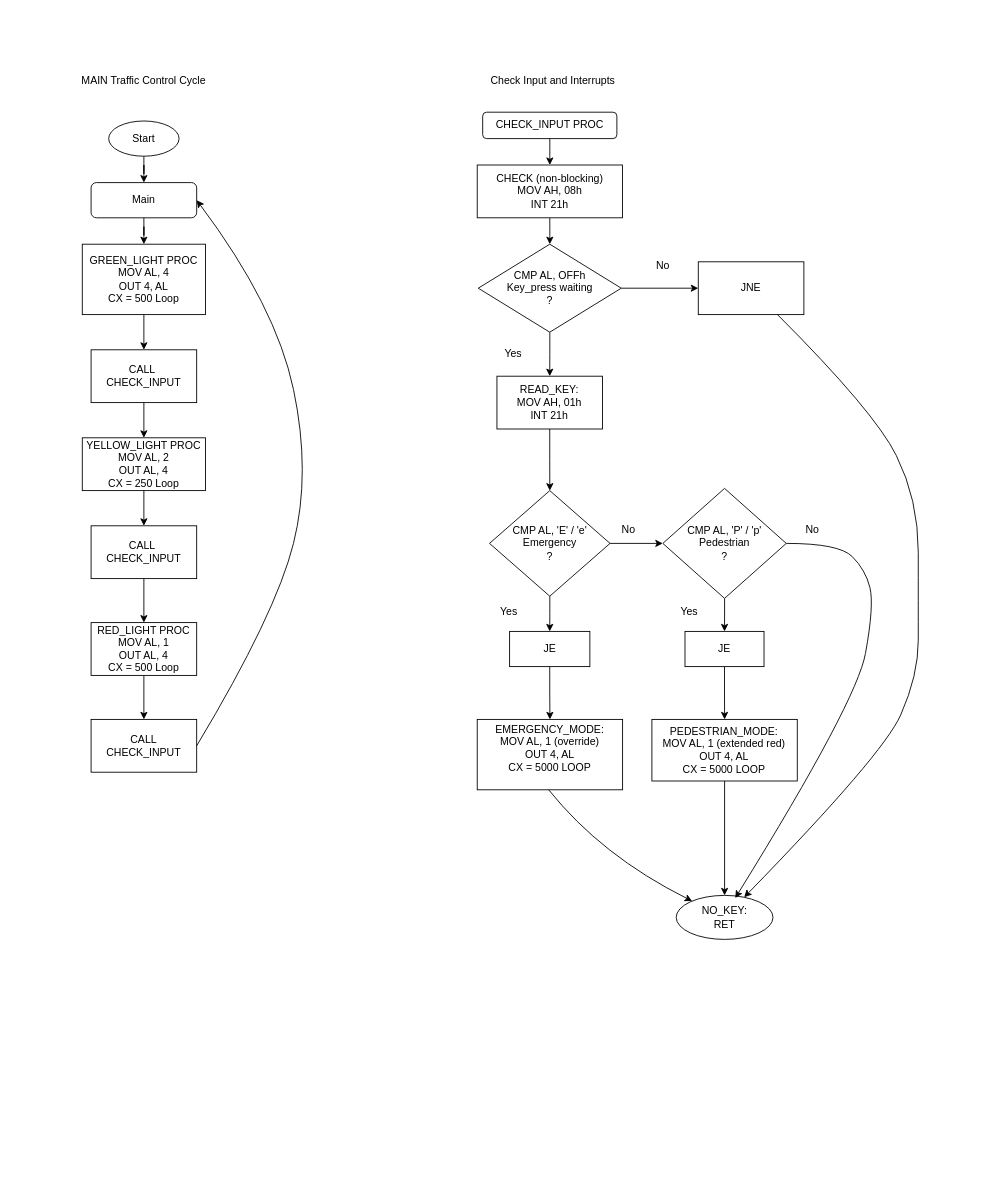
Before: Milestone2FlowChart.drawio in Rhooba/Rhooti-Project, a draw.io diagram. Source tidied: cells renumbered, new cells numbered last; positions are measured from the earlier drawing's top-left corner, leaving out a move shared by most shapes. Both pictures are drawn from the tidied source at 88%, with x=0, y=0 at pixel (64, 68).
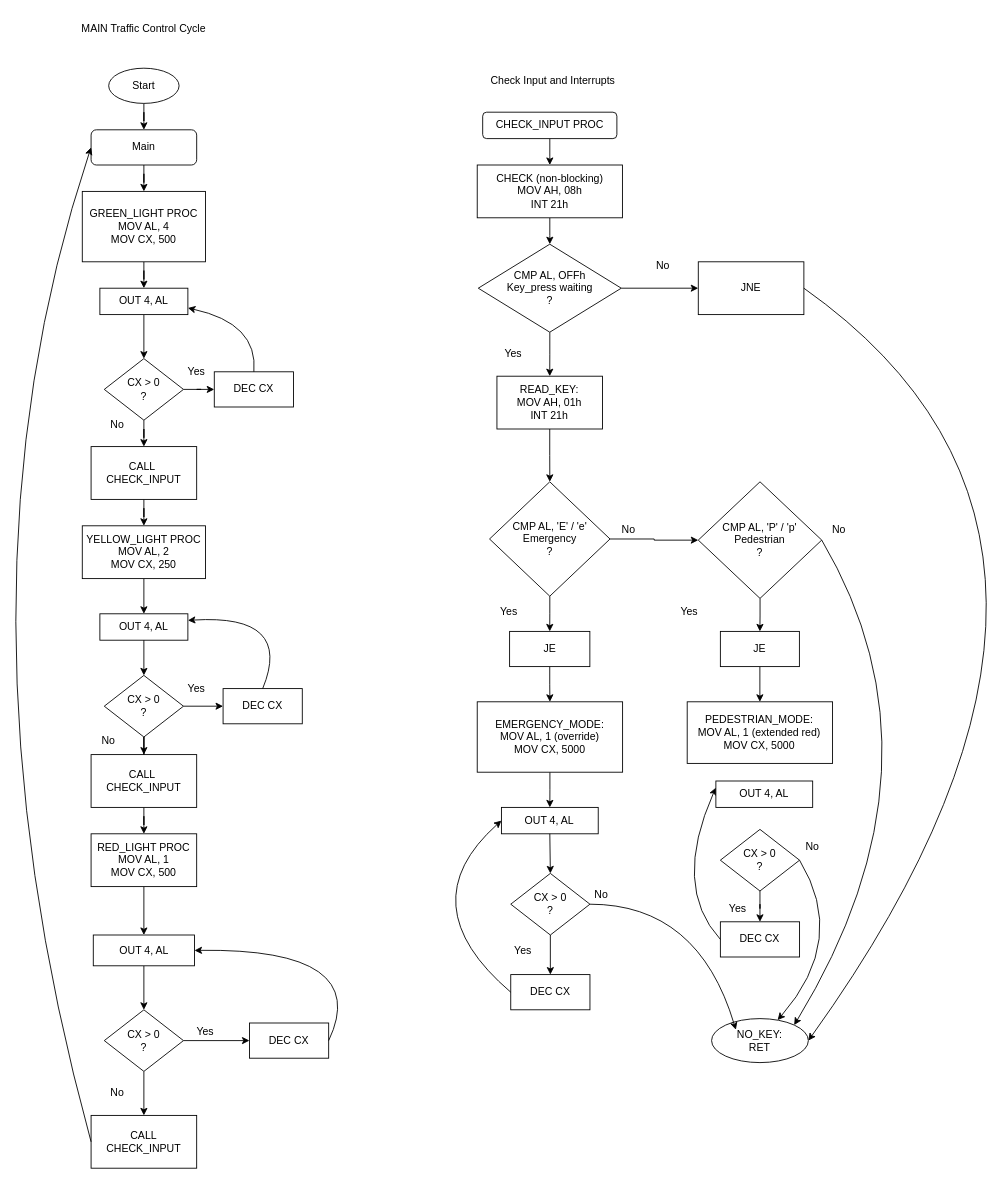
Above is the later version.

The change refers to these unchanged cells:
```xml
<mxCell id="30" value="JNE" style="rounded=0;whiteSpace=wrap;html=1;" parent="1" vertex="1">
  <mxGeometry x="720" y="220" width="120" height="60" as="geometry" />
</mxCell>
```

What changed in the source:
```diff
@@
     <mxCell id="3" value="Main" style="rounded=1;whiteSpace=wrap;html=1;fontSize=12;glass=0;strokeWidth=1;shadow=0;labelBackgroundColor=none;strokeColor=light-dark(#000000,#FFFFFF);" parent="1" vertex="1">
-      <mxGeometry x="30" y="130" width="120" height="40" as="geometry" />
+      <mxGeometry x="30" y="70" width="120" height="40" as="geometry" />
     </mxCell>
-    <mxCell id="4" style="edgeStyle=orthogonalEdgeStyle;rounded=0;jettySize=auto;html=1;" parent="1" edge="1" source="5" target="7">
-      <mxGeometry relative="1" as="geometry" />
-    </mxCell>
+    <mxCell id="52" style="edgeStyle=orthogonalEdgeStyle;rounded=0;jettySize=auto;html=1;" parent="1" edge="1" source="5" target="90">
+      <mxGeometry relative="1" as="geometry" />
+    </mxCell>
-    <mxCell id="5" value="GREEN_LIGHT PROC&lt;div&gt;MOV AL, 4&lt;/div&gt;&lt;div&gt;OUT 4, AL&lt;/div&gt;&lt;div&gt;CX = 500 Loop&lt;/div&gt;" style="rounded=0;whiteSpace=wrap;html=1;labelBackgroundColor=none;" parent="1" vertex="1">
-      <mxGeometry x="20" y="200" width="140" height="80" as="geometry" />
+    <mxCell id="5" value="GREEN_LIGHT PROC&lt;div&gt;MOV AL, 4&lt;/div&gt;&lt;div&gt;MOV CX, 500&lt;/div&gt;" style="rounded=0;whiteSpace=wrap;html=1;labelBackgroundColor=none;" parent="1" vertex="1">
+      <mxGeometry x="20" y="140" width="140" height="80" as="geometry" />
     </mxCell>
@@
     <mxCell id="7" value="CALL&amp;nbsp;&lt;div&gt;CHECK_INPUT&lt;/div&gt;" style="rounded=0;whiteSpace=wrap;html=1;labelBackgroundColor=none;" parent="1" vertex="1">
-      <mxGeometry x="30" y="320" width="120" height="60" as="geometry" />
+      <mxGeometry x="30" y="430" width="120" height="60" as="geometry" />
     </mxCell>
-    <mxCell id="8" style="edgeStyle=orthogonalEdgeStyle;rounded=0;jettySize=auto;html=1;" parent="1" edge="1" source="9" target="11">
-      <mxGeometry relative="1" as="geometry" />
-    </mxCell>
+    <mxCell id="53" style="edgeStyle=orthogonalEdgeStyle;rounded=0;jettySize=auto;html=1;" parent="1" edge="1" source="9" target="91">
+      <mxGeometry relative="1" as="geometry" />
+    </mxCell>
-    <mxCell id="9" value="YELLOW_LIGHT PROC&lt;div&gt;MOV AL, 2&lt;/div&gt;&lt;div&gt;OUT AL, 4&lt;/div&gt;&lt;div&gt;CX = 250 Loop&lt;/div&gt;" style="rounded=0;whiteSpace=wrap;html=1;labelBackgroundColor=none;" parent="1" vertex="1">
-      <mxGeometry x="20" y="420" width="140" height="60" as="geometry" />
+    <mxCell id="9" value="YELLOW_LIGHT PROC&lt;div&gt;MOV AL, 2&lt;/div&gt;&lt;div&gt;MOV CX, 250&lt;/div&gt;" style="rounded=0;whiteSpace=wrap;html=1;labelBackgroundColor=none;" parent="1" vertex="1">
+      <mxGeometry x="20" y="520" width="140" height="60" as="geometry" />
     </mxCell>
@@
     <mxCell id="11" value="CALL&amp;nbsp;&lt;div&gt;CHECK_INPUT&lt;/div&gt;" style="rounded=0;whiteSpace=wrap;html=1;labelBackgroundColor=none;" parent="1" vertex="1">
-      <mxGeometry x="30" y="520" width="120" height="60" as="geometry" />
+      <mxGeometry x="30" y="780" width="120" height="60" as="geometry" />
     </mxCell>
-    <mxCell id="12" style="edgeStyle=orthogonalEdgeStyle;rounded=0;jettySize=auto;html=1;" parent="1" edge="1" source="13" target="14">
-      <mxGeometry relative="1" as="geometry" />
-    </mxCell>
+    <mxCell id="54" style="edgeStyle=orthogonalEdgeStyle;rounded=0;jettySize=auto;html=1;" parent="1" edge="1" source="13" target="96">
+      <mxGeometry relative="1" as="geometry" />
+    </mxCell>
-    <mxCell id="13" value="RED_LIGHT PROC&lt;div&gt;MOV AL, 1&lt;/div&gt;&lt;div&gt;OUT AL, 4&lt;/div&gt;&lt;div&gt;CX = 500 Loop&lt;/div&gt;" style="rounded=0;whiteSpace=wrap;html=1;" parent="1" vertex="1">
-      <mxGeometry x="30" y="630" width="120" height="60" as="geometry" />
+    <mxCell id="13" value="RED_LIGHT PROC&lt;div&gt;MOV AL, 1&lt;/div&gt;&lt;div&gt;MOV CX, 500&lt;/div&gt;" style="rounded=0;whiteSpace=wrap;html=1;" parent="1" vertex="1">
+      <mxGeometry x="30" y="870" width="120" height="60" as="geometry" />
     </mxCell>
     <mxCell id="14" value="CALL&lt;div&gt;CHECK_INPUT&lt;/div&gt;" style="rounded=0;whiteSpace=wrap;html=1;strokeColor=light-dark(#000000,#67AB9F);" parent="1" vertex="1">
-      <mxGeometry x="30" y="740" width="120" height="60" as="geometry" />
+      <mxGeometry x="30" y="1190" width="120" height="60" as="geometry" />
     </mxCell>
-    <mxCell id="15" style="endArrow=classic;html=1;rounded=0;curved=1;entryX=1;entryY=0.5;entryDx=0;entryDy=0;" parent="1" edge="1" target="3">
-      <mxGeometry relative="1" as="geometry">
-        <mxPoint x="150" y="770" as="sourcePoint" />
-        <Array as="points">
-          <mxPoint x="240" y="620" />
-          <mxPoint x="280" y="460" />
-          <mxPoint x="240" y="270" />
-        </Array>
-      </mxGeometry>
-    </mxCell>
     <mxCell id="16" value="MAIN Traffic Control Cycle" style="text;html=1;whiteSpace=wrap;strokeColor=light-dark(transparent,#4C0099);fillColor=none;align=center;verticalAlign=middle;rounded=0;" parent="1" vertex="1">
-      <mxGeometry width="180" height="30" as="geometry" />
+      <mxGeometry y="-60" width="180" height="30" as="geometry" />
     </mxCell>
@@
     <mxCell id="18" value="Start" style="ellipse;whiteSpace=wrap;html=1;strokeColor=light-dark(#000000,#FF33FF);" parent="1" vertex="1">
-      <mxGeometry x="50" y="60" width="80" height="40" as="geometry" />
+      <mxGeometry x="50" width="80" height="40" as="geometry" />
     </mxCell>
@@
     <mxCell id="32" value="NO_KEY:&lt;div&gt;RET&lt;/div&gt;" style="ellipse;whiteSpace=wrap;html=1;strokeColor=light-dark(#000000,#FF33FF);" parent="1" vertex="1">
-      <mxGeometry x="694.9" y="940" width="110" height="50" as="geometry" />
+      <mxGeometry x="735.1" y="1080" width="110" height="50" as="geometry" />
     </mxCell>
-    <mxCell id="33" style="endArrow=classic;html=1;rounded=0;curved=1;" parent="1" edge="1" target="32">
-      <mxGeometry relative="1" as="geometry">
-        <mxPoint x="810" y="280" as="sourcePoint" />
-        <Array as="points">
-          <mxPoint x="920" y="390" />
-          <mxPoint x="970" y="490" />
-          <mxPoint x="970" y="610" />
-          <mxPoint x="970" y="690" />
-          <mxPoint x="930" y="780" />
-        </Array>
-      </mxGeometry>
-    </mxCell>
@@
     <mxCell id="36" value="CMP AL, 'E' / 'e'&lt;div&gt;Emergency&lt;/div&gt;&lt;div&gt;?&lt;/div&gt;" style="rhombus;whiteSpace=wrap;html=1;" parent="1" vertex="1">
-      <mxGeometry x="482.8" y="480" width="136.9" height="120" as="geometry" />
+      <mxGeometry x="482.8" y="470" width="136.9" height="130" as="geometry" />
     </mxCell>
@@
+    <mxCell id="55" style="edgeStyle=orthogonalEdgeStyle;rounded=0;jettySize=auto;html=1;" parent="1" edge="1" source="40" target="98">
+      <mxGeometry relative="1" as="geometry" />
+    </mxCell>
-    <mxCell id="40" value="EMERGENCY_MODE:&lt;div&gt;MOV AL, 1 (override)&lt;/div&gt;&lt;div&gt;OUT 4, AL&lt;/div&gt;&lt;div&gt;CX = 5000 LOOP&lt;/div&gt;&lt;div&gt;&lt;br&gt;&lt;/div&gt;" style="rounded=0;whiteSpace=wrap;html=1;" parent="1" vertex="1">
-      <mxGeometry x="468.8" y="740" width="165.2" height="80" as="geometry" />
+    <mxCell id="40" value="EMERGENCY_MODE:&lt;div&gt;MOV AL, 1 (override)&lt;/div&gt;&lt;div&gt;MOV CX, 5000&lt;/div&gt;" style="rounded=0;whiteSpace=wrap;html=1;" parent="1" vertex="1">
+      <mxGeometry x="468.8" y="720" width="165.2" height="80" as="geometry" />
     </mxCell>
-    <mxCell id="41" style="endArrow=classic;html=1;rounded=0;curved=1;" parent="1" edge="1" target="32">
-      <mxGeometry relative="1" as="geometry">
-        <mxPoint x="550" y="820" as="sourcePoint" />
-        <Array as="points">
-          <mxPoint x="610" y="895" />
-        </Array>
-      </mxGeometry>
-    </mxCell>
@@
     <mxCell id="44" value="CMP AL, 'P' / 'p'&lt;div&gt;Pedestrian&lt;/div&gt;&lt;div&gt;?&lt;/div&gt;" style="rhombus;whiteSpace=wrap;html=1;" parent="1" vertex="1">
-      <mxGeometry x="679.7" y="477.5" width="140.3" height="125" as="geometry" />
+      <mxGeometry x="720" y="470" width="140.3" height="132.5" as="geometry" />
     </mxCell>
-    <mxCell id="45" style="endArrow=classic;html=1;rounded=0;curved=1;entryX=0.61;entryY=0.06;entryDx=0;entryDy=0;entryPerimeter=0;exitX=1;exitY=0.5;exitDx=0;exitDy=0;" parent="1" edge="1" source="44" target="32">
-      <mxGeometry relative="1" as="geometry">
-        <Array as="points">
-          <mxPoint x="880" y="540" />
-          <mxPoint x="910" y="570" />
-          <mxPoint x="920" y="610" />
-          <mxPoint x="900" y="720" />
-        </Array>
-      </mxGeometry>
-    </mxCell>
     <mxCell id="46" value="No" style="text;html=1;whiteSpace=wrap;strokeColor=none;fillColor=none;align=center;verticalAlign=middle;rounded=0;" parent="1" vertex="1">
-      <mxGeometry x="820" y="510" width="60" height="30" as="geometry" />
+      <mxGeometry x="850" y="510" width="60" height="30" as="geometry" />
     </mxCell>
@@
     <mxCell id="48" value="JE" style="rounded=0;whiteSpace=wrap;html=1;" parent="1" vertex="1">
-      <mxGeometry x="704.9" y="640" width="89.8" height="40" as="geometry" />
+      <mxGeometry x="745.1" y="640" width="89.8" height="40" as="geometry" />
     </mxCell>
@@
-    <mxCell id="50" style="edgeStyle=orthogonalEdgeStyle;rounded=0;jettySize=auto;html=1;" parent="1" edge="1" source="51" target="32">
-      <mxGeometry relative="1" as="geometry" />
-    </mxCell>
-    <mxCell id="51" value="PEDESTRIAN_MODE:&lt;div&gt;MOV AL, 1 (extended red)&lt;/div&gt;&lt;div&gt;OUT 4, AL&lt;/div&gt;&lt;div&gt;CX = 5000 LOOP&lt;/div&gt;" style="rounded=0;whiteSpace=wrap;html=1;" parent="1" vertex="1">
-      <mxGeometry x="667.3" y="740" width="165.2" height="70" as="geometry" />
+    <mxCell id="51" value="PEDESTRIAN_MODE:&lt;div&gt;MOV AL, 1 (extended red)&lt;/div&gt;&lt;div&gt;MOV CX, 5000&lt;/div&gt;" style="rounded=0;whiteSpace=wrap;html=1;" parent="1" vertex="1">
+      <mxGeometry x="707.4" y="720" width="165.2" height="70" as="geometry" />
     </mxCell>
+    <mxCell id="56" style="edgeStyle=orthogonalEdgeStyle;rounded=0;jettySize=auto;html=1;" parent="1" edge="1" source="58" target="7">
+      <mxGeometry relative="1" as="geometry" />
+    </mxCell>
+    <mxCell id="57" style="edgeStyle=orthogonalEdgeStyle;rounded=0;jettySize=auto;html=1;" parent="1" edge="1" source="58" target="60">
+      <mxGeometry relative="1" as="geometry" />
+    </mxCell>
+    <mxCell id="58" value="CX &amp;gt; 0&lt;div&gt;?&lt;/div&gt;" style="rhombus;whiteSpace=wrap;html=1;" parent="1" vertex="1">
+      <mxGeometry x="45" y="330" width="90" height="70" as="geometry" />
+    </mxCell>
+    <mxCell id="59" value="No" style="text;html=1;whiteSpace=wrap;strokeColor=none;fillColor=none;align=center;verticalAlign=middle;rounded=0;" parent="1" vertex="1">
+      <mxGeometry x="30" y="390" width="60" height="30" as="geometry" />
+    </mxCell>
+    <mxCell id="60" value="DEC CX" style="rounded=0;whiteSpace=wrap;html=1;" parent="1" vertex="1">
+      <mxGeometry x="170" y="345" width="90" height="40" as="geometry" />
+    </mxCell>
+    <mxCell id="61" value="Yes" style="text;html=1;whiteSpace=wrap;strokeColor=none;fillColor=none;align=center;verticalAlign=middle;rounded=0;" parent="1" vertex="1">
+      <mxGeometry x="120" y="330" width="60" height="30" as="geometry" />
+    </mxCell>
+    <mxCell id="62" style="edgeStyle=orthogonalEdgeStyle;rounded=0;jettySize=auto;html=1;" parent="1" edge="1" source="63" target="11">
+      <mxGeometry relative="1" as="geometry" />
+    </mxCell>
+    <mxCell id="63" value="CX &amp;gt; 0&lt;div&gt;?&lt;/div&gt;" style="rhombus;whiteSpace=wrap;html=1;" parent="1" vertex="1">
+      <mxGeometry x="45" y="690" width="90" height="70" as="geometry" />
+    </mxCell>
+    <mxCell id="64" value="No" style="text;html=1;whiteSpace=wrap;strokeColor=none;fillColor=none;align=center;verticalAlign=middle;rounded=0;" parent="1" vertex="1">
+      <mxGeometry x="20" y="750" width="60" height="30" as="geometry" />
+    </mxCell>
+    <mxCell id="65" value="DEC CX" style="rounded=0;whiteSpace=wrap;html=1;" parent="1" vertex="1">
+      <mxGeometry x="180" y="705" width="90" height="40" as="geometry" />
+    </mxCell>
+    <mxCell id="66" value="Yes" style="text;html=1;whiteSpace=wrap;strokeColor=none;fillColor=none;align=center;verticalAlign=middle;rounded=0;" parent="1" vertex="1">
+      <mxGeometry x="120" y="690" width="60" height="30" as="geometry" />
+    </mxCell>
+    <mxCell id="67" style="edgeStyle=orthogonalEdgeStyle;rounded=0;jettySize=auto;html=1;" parent="1" edge="1" source="69" target="14">
+      <mxGeometry relative="1" as="geometry" />
+    </mxCell>
+    <mxCell id="68" style="edgeStyle=orthogonalEdgeStyle;rounded=0;jettySize=auto;html=1;" parent="1" edge="1" source="69" target="71">
+      <mxGeometry relative="1" as="geometry" />
+    </mxCell>
+    <mxCell id="69" value="CX &amp;gt; 0&lt;div&gt;?&lt;/div&gt;" style="rhombus;whiteSpace=wrap;html=1;" parent="1" vertex="1">
+      <mxGeometry x="45" y="1070" width="90" height="70" as="geometry" />
+    </mxCell>
+    <mxCell id="70" value="No" style="text;html=1;whiteSpace=wrap;strokeColor=none;fillColor=none;align=center;verticalAlign=middle;rounded=0;" parent="1" vertex="1">
+      <mxGeometry x="30" y="1150" width="60" height="30" as="geometry" />
+    </mxCell>
+    <mxCell id="71" value="DEC CX" style="rounded=0;whiteSpace=wrap;html=1;" parent="1" vertex="1">
+      <mxGeometry x="210" y="1085" width="90" height="40" as="geometry" />
+    </mxCell>
+    <mxCell id="72" value="Yes" style="text;html=1;whiteSpace=wrap;strokeColor=none;fillColor=none;align=center;verticalAlign=middle;rounded=0;" parent="1" vertex="1">
+      <mxGeometry x="130" y="1080" width="60" height="30" as="geometry" />
+    </mxCell>
+    <mxCell id="73" style="endArrow=classic;html=1;rounded=0;curved=1;entryX=1;entryY=0.75;entryDx=0;entryDy=0;exitX=0.5;exitY=0;exitDx=0;exitDy=0;" parent="1" edge="1" source="60" target="90">
+      <mxGeometry relative="1" as="geometry">
+        <Array as="points">
+          <mxPoint x="220" y="290" />
+        </Array>
+      </mxGeometry>
+    </mxCell>
+    <mxCell id="74" style="edgeStyle=orthogonalEdgeStyle;rounded=0;jettySize=auto;html=1;" parent="1" edge="1" source="75" target="76">
+      <mxGeometry relative="1" as="geometry" />
+    </mxCell>
+    <mxCell id="75" value="CX &amp;gt; 0&lt;div&gt;?&lt;/div&gt;" style="rhombus;whiteSpace=wrap;html=1;" parent="1" vertex="1">
+      <mxGeometry x="506.9" y="915" width="90" height="70" as="geometry" />
+    </mxCell>
+    <mxCell id="76" value="DEC CX" style="rounded=0;whiteSpace=wrap;html=1;" parent="1" vertex="1">
+      <mxGeometry x="506.9" y="1030" width="90" height="40" as="geometry" />
+    </mxCell>
+    <mxCell id="77" value="Yes" style="text;html=1;whiteSpace=wrap;strokeColor=none;fillColor=none;align=center;verticalAlign=middle;rounded=0;" parent="1" vertex="1">
+      <mxGeometry x="491.2" y="987.5" width="60" height="30" as="geometry" />
+    </mxCell>
+    <mxCell id="78" style="endArrow=classic;html=1;rounded=0;exitX=0;exitY=0.5;exitDx=0;exitDy=0;entryX=0;entryY=0.5;entryDx=0;entryDy=0;curved=1;" parent="1" edge="1" source="76" target="98">
+      <mxGeometry relative="1" as="geometry">
+        <Array as="points">
+          <mxPoint x="390" y="950" />
+        </Array>
+      </mxGeometry>
+    </mxCell>
+    <mxCell id="79" value="No" style="text;html=1;whiteSpace=wrap;strokeColor=none;fillColor=none;align=center;verticalAlign=middle;rounded=0;" parent="1" vertex="1">
+      <mxGeometry x="580" y="925" width="60" height="30" as="geometry" />
+    </mxCell>
+    <mxCell id="80" style="endArrow=classic;html=1;rounded=0;exitX=1;exitY=0.5;exitDx=0;exitDy=0;curved=1;entryX=0.25;entryY=0.154;entryDx=0;entryDy=0;entryPerimeter=0;" parent="1" edge="1" source="75">
+      <mxGeometry relative="1" as="geometry">
+        <mxPoint x="762.7" y="1092.7" as="targetPoint" />
+        <Array as="points">
+          <mxPoint x="720" y="950" />
+        </Array>
+      </mxGeometry>
+    </mxCell>
+    <mxCell id="81" style="edgeStyle=orthogonalEdgeStyle;rounded=0;jettySize=auto;html=1;" parent="1" edge="1" source="82" target="83">
+      <mxGeometry relative="1" as="geometry" />
+    </mxCell>
+    <mxCell id="82" value="CX &amp;gt; 0&lt;div&gt;?&lt;/div&gt;" style="rhombus;whiteSpace=wrap;html=1;" parent="1" vertex="1">
+      <mxGeometry x="745.1" y="865" width="90" height="70" as="geometry" />
+    </mxCell>
+    <mxCell id="83" value="DEC CX" style="rounded=0;whiteSpace=wrap;html=1;" parent="1" vertex="1">
+      <mxGeometry x="745.1" y="970" width="90" height="40" as="geometry" />
+    </mxCell>
+    <mxCell id="84" value="Yes" style="text;html=1;whiteSpace=wrap;strokeColor=none;fillColor=none;align=center;verticalAlign=middle;rounded=0;" parent="1" vertex="1">
+      <mxGeometry x="735.1" y="940" width="60" height="30" as="geometry" />
+    </mxCell>
+    <mxCell id="85" value="No" style="text;html=1;whiteSpace=wrap;strokeColor=none;fillColor=none;align=center;verticalAlign=middle;rounded=0;" parent="1" vertex="1">
+      <mxGeometry x="820" y="870" width="60" height="30" as="geometry" />
+    </mxCell>
+    <mxCell id="86" style="endArrow=classic;html=1;rounded=0;exitX=0;exitY=0.5;exitDx=0;exitDy=0;entryX=0;entryY=0.25;entryDx=0;entryDy=0;curved=1;" parent="1" edge="1" source="83" target="100">
+      <mxGeometry relative="1" as="geometry">
+        <Array as="points">
+          <mxPoint x="690" y="930" />
+        </Array>
+      </mxGeometry>
+    </mxCell>
+    <mxCell id="87" style="endArrow=classic;html=1;rounded=0;exitX=1;exitY=0.5;exitDx=0;exitDy=0;entryX=1;entryY=0.5;entryDx=0;entryDy=0;curved=1;" parent="1" edge="1" source="30" target="32">
+      <mxGeometry relative="1" as="geometry">
+        <Array as="points">
+          <mxPoint x="1250" y="540" />
+        </Array>
+      </mxGeometry>
+    </mxCell>
+    <mxCell id="88" style="endArrow=classic;html=1;rounded=0;exitX=0;exitY=0.5;exitDx=0;exitDy=0;entryX=0;entryY=0.5;entryDx=0;entryDy=0;curved=1;" parent="1" edge="1" source="14" target="3">
+      <mxGeometry relative="1" as="geometry">
+        <Array as="points">
+          <mxPoint x="-140" y="600" />
+        </Array>
+      </mxGeometry>
+    </mxCell>
+    <mxCell id="45" style="endArrow=classic;html=1;rounded=0;exitX=1;exitY=0.5;exitDx=0;exitDy=0;entryX=1;entryY=0;entryDx=0;entryDy=0;curved=1;" parent="1" edge="1" source="44" target="32">
+      <mxGeometry relative="1" as="geometry">
+        <Array as="points">
+          <mxPoint x="1010" y="790" />
+        </Array>
+      </mxGeometry>
+    </mxCell>
+    <mxCell id="89" style="edgeStyle=orthogonalEdgeStyle;rounded=0;jettySize=auto;html=1;entryX=0.5;entryY=0;entryDx=0;entryDy=0;" parent="1" edge="1" source="90" target="58">
+      <mxGeometry relative="1" as="geometry" />
+    </mxCell>
+    <mxCell id="90" value="OUT 4, AL" style="rounded=0;whiteSpace=wrap;html=1;" parent="1" vertex="1">
+      <mxGeometry x="40" y="250" width="100" height="30" as="geometry" />
+    </mxCell>
+    <mxCell id="91" value="OUT 4, AL" style="rounded=0;whiteSpace=wrap;html=1;" parent="1" vertex="1">
+      <mxGeometry x="40" y="620" width="100" height="30" as="geometry" />
+    </mxCell>
+    <mxCell id="92" style="endArrow=classic;html=1;rounded=0;exitX=0.5;exitY=1;exitDx=0;exitDy=0;entryX=0.5;entryY=0;entryDx=0;entryDy=0;" parent="1" edge="1" source="91" target="63">
+      <mxGeometry relative="1" as="geometry" />
+    </mxCell>
+    <mxCell id="93" style="endArrow=classic;html=1;rounded=0;exitX=1;exitY=0.5;exitDx=0;exitDy=0;entryX=0;entryY=0.5;entryDx=0;entryDy=0;" parent="1" edge="1" source="63" target="65">
+      <mxGeometry relative="1" as="geometry" />
+    </mxCell>
+    <mxCell id="94" style="endArrow=classic;html=1;rounded=0;exitX=0.5;exitY=0;exitDx=0;exitDy=0;entryX=1;entryY=0.25;entryDx=0;entryDy=0;curved=1;" parent="1" edge="1" source="65" target="91">
+      <mxGeometry relative="1" as="geometry">
+        <Array as="points">
+          <mxPoint x="260" y="620" />
+        </Array>
+      </mxGeometry>
+    </mxCell>
+    <mxCell id="95" style="edgeStyle=orthogonalEdgeStyle;rounded=0;jettySize=auto;html=1;" parent="1" edge="1" source="96" target="69">
+      <mxGeometry relative="1" as="geometry" />
+    </mxCell>
+    <mxCell id="96" value="OUT 4, AL" style="rounded=0;whiteSpace=wrap;html=1;" parent="1" vertex="1">
+      <mxGeometry x="32.5" y="985" width="115" height="35" as="geometry" />
+    </mxCell>
+    <mxCell id="97" style="endArrow=classic;html=1;rounded=0;exitX=1;exitY=0.5;exitDx=0;exitDy=0;entryX=1;entryY=0.5;entryDx=0;entryDy=0;curved=1;" parent="1" edge="1" source="71" target="96">
+      <mxGeometry relative="1" as="geometry">
+        <Array as="points">
+          <mxPoint x="350" y="1000" />
+        </Array>
+      </mxGeometry>
+    </mxCell>
+    <mxCell id="98" value="OUT 4, AL" style="rounded=0;whiteSpace=wrap;html=1;" parent="1" vertex="1">
+      <mxGeometry x="496.3" y="840" width="110" height="30" as="geometry" />
+    </mxCell>
+    <mxCell id="99" style="endArrow=classic;html=1;rounded=0;exitX=0.5;exitY=1;exitDx=0;exitDy=0;entryX=0.5;entryY=0;entryDx=0;entryDy=0;" parent="1" edge="1" source="98" target="75">
+      <mxGeometry relative="1" as="geometry" />
+    </mxCell>
+    <mxCell id="100" value="OUT 4, AL" style="rounded=0;whiteSpace=wrap;html=1;" parent="1" vertex="1">
+      <mxGeometry x="740" y="810" width="110" height="30" as="geometry" />
+    </mxCell>
+    <mxCell id="101" style="endArrow=classic;html=1;rounded=0;exitX=1;exitY=0.5;exitDx=0;exitDy=0;curved=1;" parent="1" edge="1" source="82" target="32">
+      <mxGeometry relative="1" as="geometry">
+        <Array as="points">
+          <mxPoint x="890" y="990" />
+        </Array>
+      </mxGeometry>
+    </mxCell>
```
